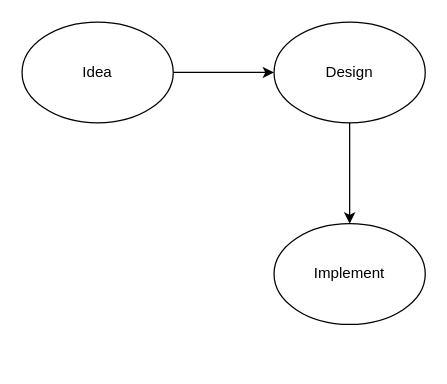
rabbitbrother91/rabbitbrother91 keeps this draw.io diagram as WorkLifecycle.drawio. Above is the earlier version. Source tidied: cells renumbered, new cells numbered last; positions are measured from the earlier drawing's top-left corner, leaving out a move shared by most shapes. Both pictures are drawn from the tidied source at 126%, with x=0, y=0 at pixel (21, 21).
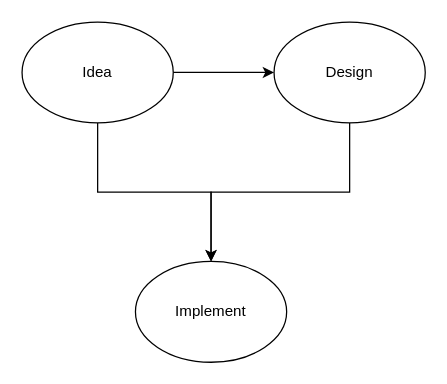
After the change.

What changed in the source:
```diff
@@
 <mxGraphModel>
   <root>
     <mxCell id="0" />
     <mxCell id="1" parent="0" />
     <mxCell id="2" style="edgeStyle=orthogonalEdgeStyle;rounded=0;jettySize=auto;html=1;" parent="1" edge="1" source="3" target="5">
       <mxGeometry relative="1" as="geometry" />
     </mxCell>
+    <mxCell id="7" style="edgeStyle=orthogonalEdgeStyle;rounded=0;jettySize=auto;html=1;" parent="1" edge="1" source="3" target="6">
+      <mxGeometry relative="1" as="geometry" />
+    </mxCell>
     <mxCell id="3" value="Idea" style="ellipse;whiteSpace=wrap;html=1;" parent="1" vertex="1">
       <mxGeometry width="120" height="80" as="geometry" />
     </mxCell>
     <mxCell id="4" style="edgeStyle=orthogonalEdgeStyle;rounded=0;jettySize=auto;html=1;" parent="1" edge="1" source="5" target="6">
       <mxGeometry relative="1" as="geometry" />
     </mxCell>
     <mxCell id="5" value="Design" style="ellipse;whiteSpace=wrap;html=1;" parent="1" vertex="1">
       <mxGeometry x="200" width="120" height="80" as="geometry" />
     </mxCell>
     <mxCell id="6" value="Implement" style="ellipse;whiteSpace=wrap;html=1;" parent="1" vertex="1">
-      <mxGeometry x="200" y="160" width="120" height="80" as="geometry" />
+      <mxGeometry x="90" y="190" width="120" height="80" as="geometry" />
     </mxCell>
   </root>
 </mxGraphModel>
```
